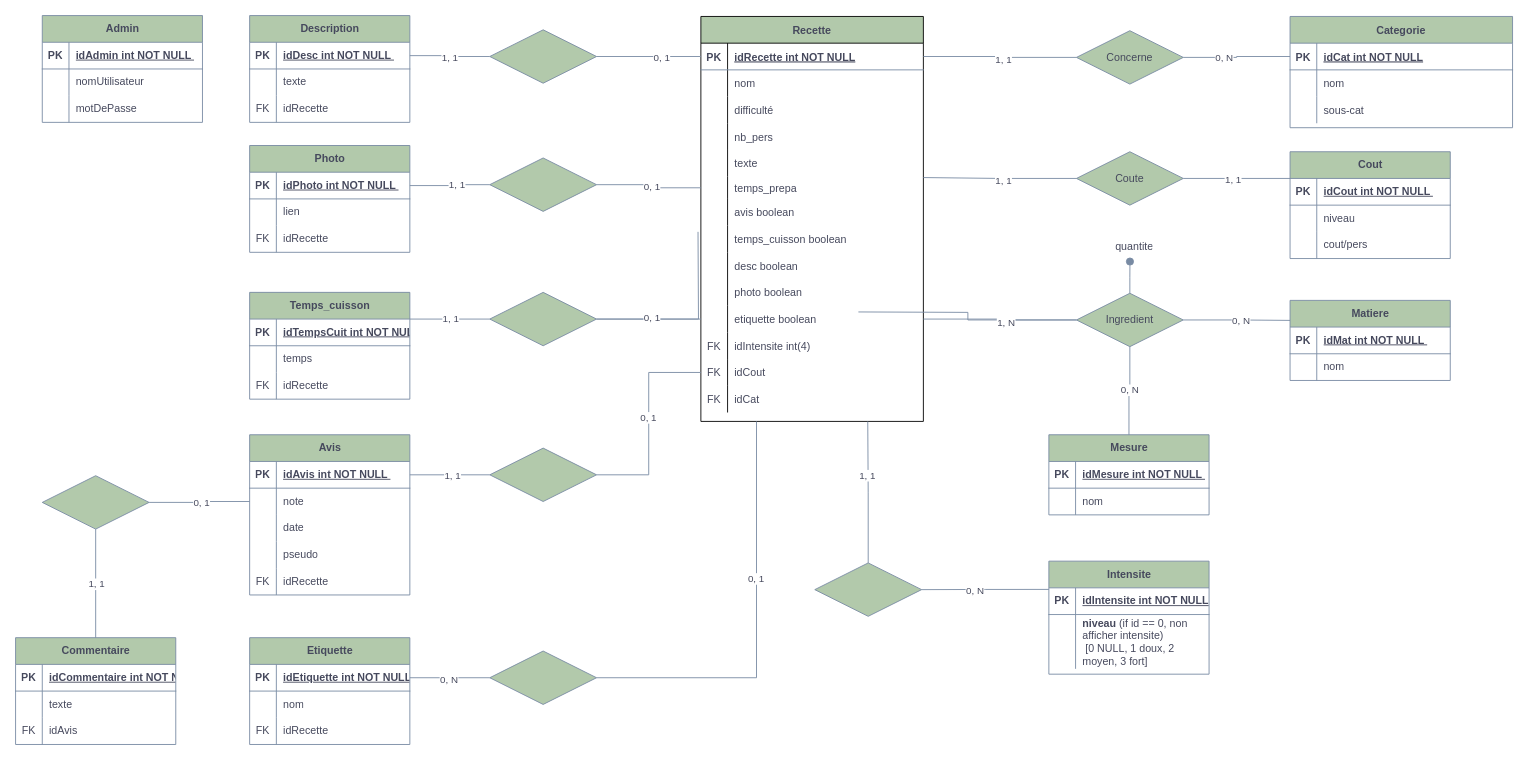
Earlier version of the draw.io diagram 未命名绘图.drawio (nicrain/nicrain.github.io). Source tidied: cells renumbered, new cells numbered last; positions are measured from the earlier drawing's top-left corner, leaving out a move shared by most shapes. Both pictures are drawn from the tidied source at 89%, with x=0, y=0 at pixel (15, 15).
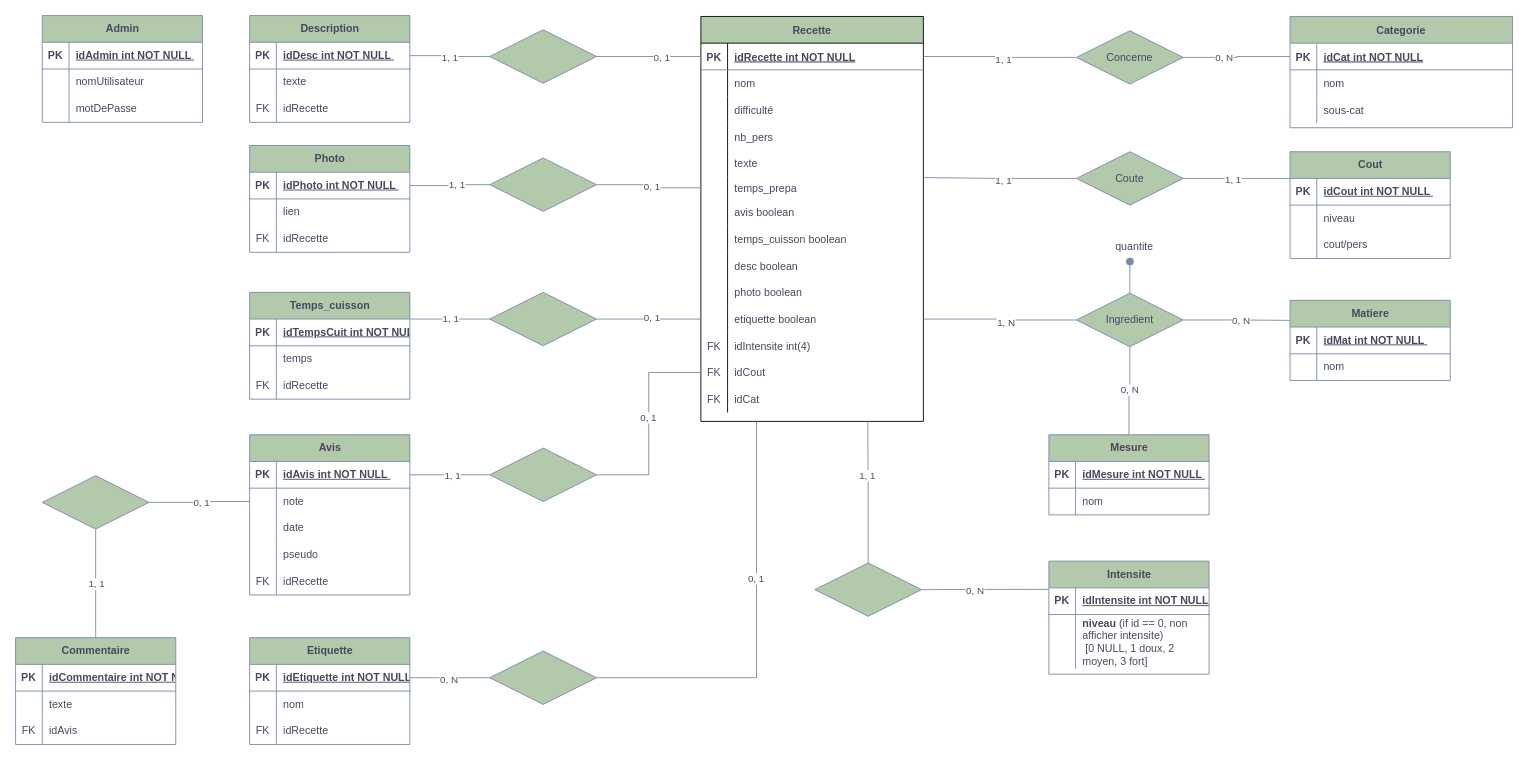
The same page after the edit.

Commit message:
更新未命名绘图.drawio

The change refers to these unchanged cells:
```xml
<mxCell id="150" style="shape=rhombus;perimeter=rhombusPerimeter;whiteSpace=wrap;html=1;align=center;strokeColor=#788AA3;fontColor=#46495D;fillColor=#B2C9AB;" parent="1" vertex="1">
  <mxGeometry x="532.8" y="311" width="120" height="60" as="geometry" />
</mxCell>
<mxCell id="177" value="Ingredient" style="shape=rhombus;perimeter=rhombusPerimeter;whiteSpace=wrap;html=1;align=center;strokeColor=#788AA3;fontColor=#46495D;fillColor=#B2C9AB;" parent="1" vertex="1">
  <mxGeometry x="1192" y="312" width="120" height="60" as="geometry" />
</mxCell>
```

Change to the diagram source:
```diff
@@
-    <mxCell id="57" style="edgeStyle=orthogonalEdgeStyle;elbow=horizontal;endArrow=none;html=1;rounded=0;endSize=8;startSize=8;strokeColor=#788AA3;fontColor=#46495D;fillColor=#B2C9AB;endFill=0;entryX=0;entryY=0.5;entryDx=0;entryDy=0;exitX=1;exitY=0.5;exitDx=0;exitDy=0;" parent="1" edge="1" source="150">
-      <mxGeometry relative="1" as="geometry">
-        <mxPoint x="766.8" y="243" as="targetPoint" />
-      </mxGeometry>
-    </mxCell>
-    <mxCell id="58" style="elbow=horizontal;endArrow=none;html=1;rounded=0;endSize=8;startSize=8;strokeColor=#788AA3;fontColor=#46495D;fillColor=#B2C9AB;endFill=0;exitX=1;exitY=0.5;exitDx=0;exitDy=0;entryX=0;entryY=0.5;entryDx=0;entryDy=0;edgeStyle=orthogonalEdgeStyle;" parent="1" edge="1" target="177">
-      <mxGeometry relative="1" as="geometry">
-        <mxPoint x="947" y="333" as="sourcePoint" />
-      </mxGeometry>
-    </mxCell>
```
